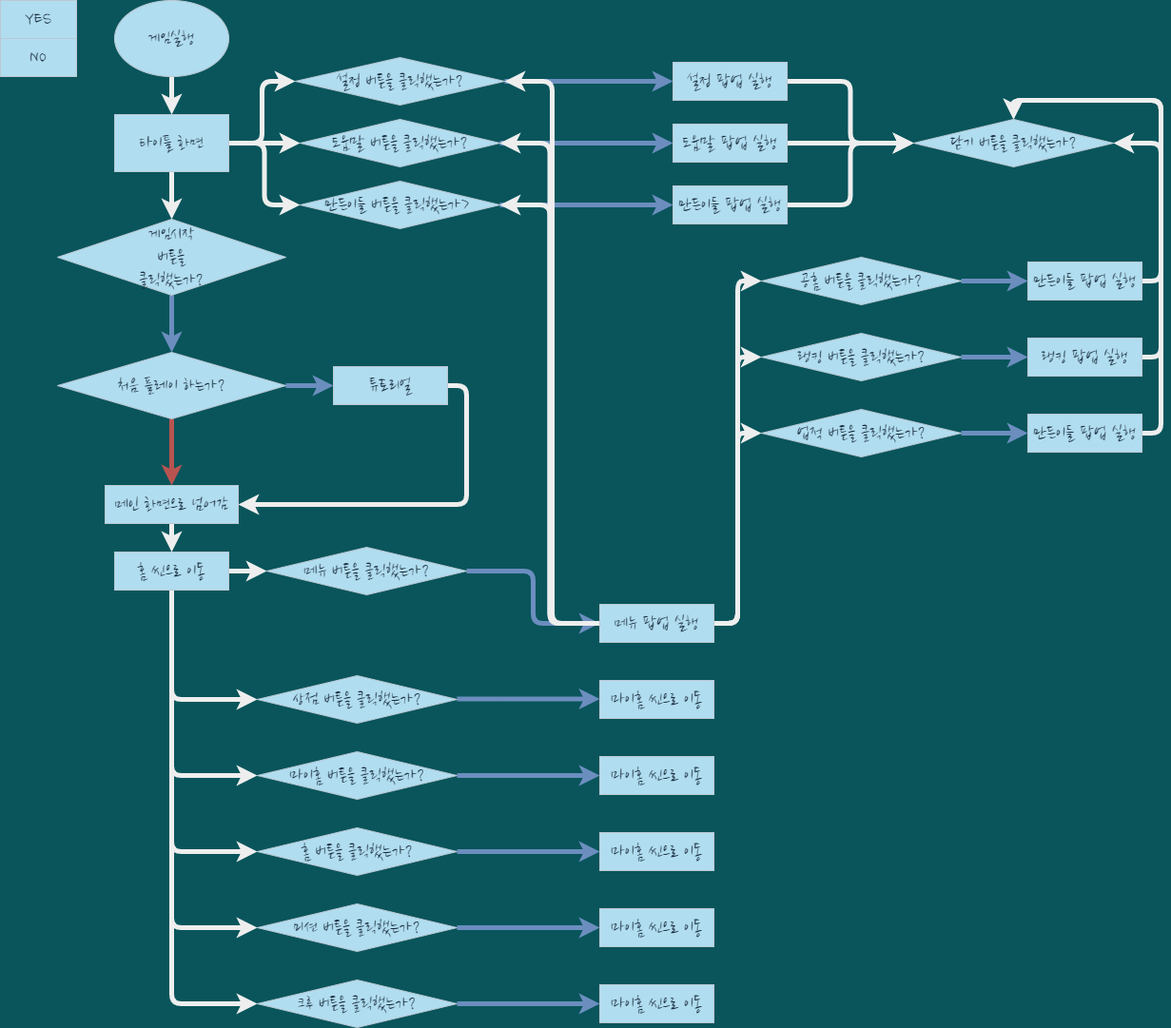
Before: gameplay_flowchat.drawio.png, a diagram exported from draw.io (kinesis19/stac_project_SME). Source tidied: cells renumbered, new cells last; positions are measured from the earlier drawing's top-left corner, leaving out a move shared by most shapes.
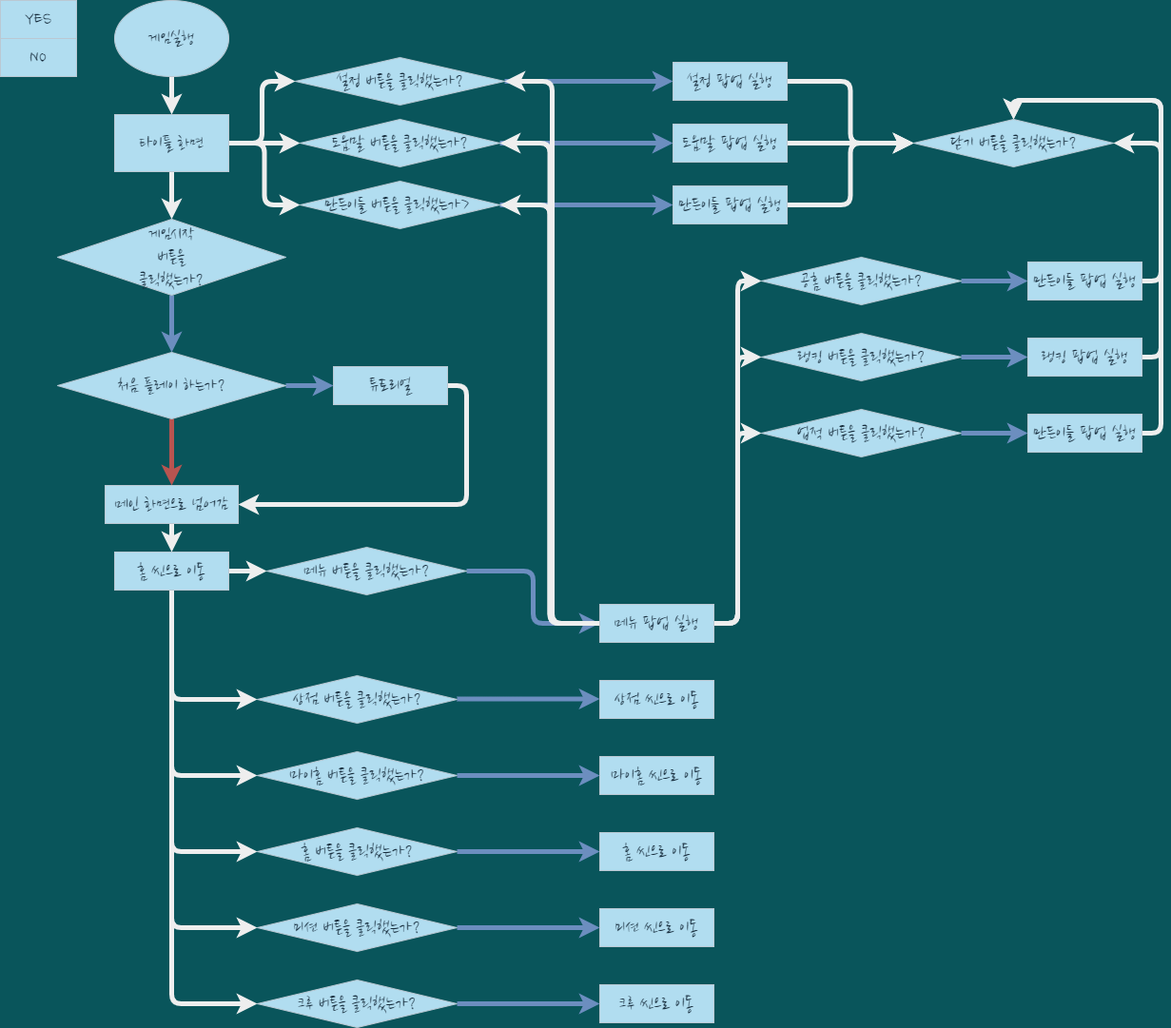
Above is the later version.

The edit, as a diff of the source:
```diff
@@ -200,7 +200,7 @@
     <mxCell id="65" value="홈 버튼을 클릭했는가?" style="rhombus;whiteSpace=wrap;html=1;rounded=0;sketch=0;fontFamily=Nanum Brush Script;fontSource=https%3A%2F%2Ffonts.googleapis.com%2Fcss%3Ffamily%3DNanum%2BBrush%2BScript;fontSize=20;fillColor=#B1DDF0;strokeColor=#BAC8D3;fontColor=#182E3E;" parent="1" vertex="1">
       <mxGeometry x="270" y="870" width="210" height="50" as="geometry" />
     </mxCell>
-    <mxCell id="66" value="마이홈 씬으로 이동" style="rounded=0;whiteSpace=wrap;html=1;sketch=0;fontFamily=Nanum Brush Script;fontSource=https%3A%2F%2Ffonts.googleapis.com%2Fcss%3Ffamily%3DNanum%2BBrush%2BScript;fontSize=20;fillColor=#B1DDF0;strokeColor=#BAC8D3;fontColor=#182E3E;" parent="1" vertex="1">
+    <mxCell id="66" value="상점 씬으로 이동" style="rounded=0;whiteSpace=wrap;html=1;sketch=0;fontFamily=Nanum Brush Script;fontSource=https%3A%2F%2Ffonts.googleapis.com%2Fcss%3Ffamily%3DNanum%2BBrush%2BScript;fontSize=20;fillColor=#B1DDF0;strokeColor=#BAC8D3;fontColor=#182E3E;" parent="1" vertex="1">
       <mxGeometry x="630" y="715" width="120" height="40" as="geometry" />
     </mxCell>
     <mxCell id="67" style="edgeStyle=orthogonalEdgeStyle;curved=0;rounded=1;sketch=0;jettySize=auto;html=1;exitX=1;exitY=0.5;exitDx=0;exitDy=0;entryX=0;entryY=0.5;entryDx=0;entryDy=0;fontColor=#FFFFFF;strokeColor=#6c8ebf;strokeWidth=5;fillColor=#dae8fc;gradientColor=#7ea6e0;" parent="1" edge="1" target="68">
@@ -216,7 +216,7 @@
         <mxPoint x="480" y="895" as="sourcePoint" />
       </mxGeometry>
     </mxCell>
-    <mxCell id="70" value="마이홈 씬으로 이동" style="rounded=0;whiteSpace=wrap;html=1;sketch=0;fontFamily=Nanum Brush Script;fontSource=https%3A%2F%2Ffonts.googleapis.com%2Fcss%3Ffamily%3DNanum%2BBrush%2BScript;fontSize=20;fillColor=#B1DDF0;strokeColor=#BAC8D3;fontColor=#182E3E;" parent="1" vertex="1">
+    <mxCell id="70" value="홈 씬으로 이동" style="rounded=0;whiteSpace=wrap;html=1;sketch=0;fontFamily=Nanum Brush Script;fontSource=https%3A%2F%2Ffonts.googleapis.com%2Fcss%3Ffamily%3DNanum%2BBrush%2BScript;fontSize=20;fillColor=#B1DDF0;strokeColor=#BAC8D3;fontColor=#182E3E;" parent="1" vertex="1">
       <mxGeometry x="630" y="875" width="120" height="40" as="geometry" />
     </mxCell>
     <mxCell id="71" style="edgeStyle=orthogonalEdgeStyle;curved=0;rounded=1;sketch=0;jettySize=auto;html=1;exitX=1;exitY=0.5;exitDx=0;exitDy=0;entryX=0;entryY=0.5;entryDx=0;entryDy=0;fontColor=#FFFFFF;strokeColor=#6c8ebf;strokeWidth=5;fillColor=#dae8fc;gradientColor=#7ea6e0;" parent="1" edge="1" target="72">
@@ -224,7 +224,7 @@
         <mxPoint x="480" y="975" as="sourcePoint" />
       </mxGeometry>
     </mxCell>
-    <mxCell id="72" value="마이홈 씬으로 이동" style="rounded=0;whiteSpace=wrap;html=1;sketch=0;fontFamily=Nanum Brush Script;fontSource=https%3A%2F%2Ffonts.googleapis.com%2Fcss%3Ffamily%3DNanum%2BBrush%2BScript;fontSize=20;fillColor=#B1DDF0;strokeColor=#BAC8D3;fontColor=#182E3E;" parent="1" vertex="1">
+    <mxCell id="72" value="미션 씬으로 이동" style="rounded=0;whiteSpace=wrap;html=1;sketch=0;fontFamily=Nanum Brush Script;fontSource=https%3A%2F%2Ffonts.googleapis.com%2Fcss%3Ffamily%3DNanum%2BBrush%2BScript;fontSize=20;fillColor=#B1DDF0;strokeColor=#BAC8D3;fontColor=#182E3E;" parent="1" vertex="1">
       <mxGeometry x="630" y="955" width="120" height="40" as="geometry" />
     </mxCell>
     <mxCell id="73" style="edgeStyle=orthogonalEdgeStyle;curved=0;rounded=1;sketch=0;jettySize=auto;html=1;exitX=1;exitY=0.5;exitDx=0;exitDy=0;entryX=0;entryY=0.5;entryDx=0;entryDy=0;fontColor=#FFFFFF;strokeColor=#6c8ebf;strokeWidth=5;fillColor=#dae8fc;gradientColor=#7ea6e0;" parent="1" edge="1" target="74">
@@ -232,7 +232,7 @@
         <mxPoint x="480" y="1055" as="sourcePoint" />
       </mxGeometry>
     </mxCell>
-    <mxCell id="74" value="마이홈 씬으로 이동" style="rounded=0;whiteSpace=wrap;html=1;sketch=0;fontFamily=Nanum Brush Script;fontSource=https%3A%2F%2Ffonts.googleapis.com%2Fcss%3Ffamily%3DNanum%2BBrush%2BScript;fontSize=20;fillColor=#B1DDF0;strokeColor=#BAC8D3;fontColor=#182E3E;" parent="1" vertex="1">
+    <mxCell id="74" value="크루 씬으로 이동" style="rounded=0;whiteSpace=wrap;html=1;sketch=0;fontFamily=Nanum Brush Script;fontSource=https%3A%2F%2Ffonts.googleapis.com%2Fcss%3Ffamily%3DNanum%2BBrush%2BScript;fontSize=20;fillColor=#B1DDF0;strokeColor=#BAC8D3;fontColor=#182E3E;" parent="1" vertex="1">
       <mxGeometry x="630" y="1035" width="120" height="40" as="geometry" />
     </mxCell>
     <mxCell id="75" style="edgeStyle=orthogonalEdgeStyle;curved=0;rounded=1;sketch=0;orthogonalLoop=1;jettySize=auto;html=1;exitX=1;exitY=0.5;exitDx=0;exitDy=0;entryX=0;entryY=0.5;entryDx=0;entryDy=0;fontColor=#FFFFFF;strokeColor=#6c8ebf;strokeWidth=5;fillColor=#dae8fc;gradientColor=#7ea6e0;" parent="1" edge="1">
```
